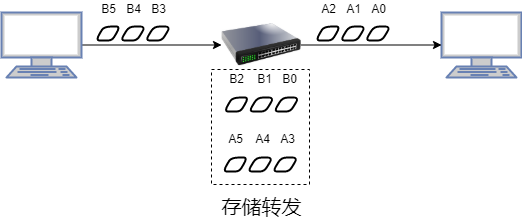
This is compute-networking/img/store-and-forward_packet_switching.png from an-die-freude/computer-network-note, a draw.io export, as it was before one commit. Source tidied: cells renumbered, new cells last; positions are measured from the earlier drawing's top-left corner, leaving out a move shared by most shapes. Its diagram source:
```xml
<mxGraphModel>
  <root>
    <mxCell id="0" />
    <mxCell id="1" parent="0" />
    <mxCell id="2" style="edgeStyle=orthogonalEdgeStyle;rounded=0;jettySize=auto;html=1;entryX=0;entryY=0.5;entryDx=0;entryDy=0;" parent="1" edge="1" source="3" target="6">
      <mxGeometry relative="1" as="geometry" />
    </mxCell>
    <mxCell id="3" style="fontColor=#0066CC;verticalAlign=top;verticalLabelPosition=bottom;labelPosition=center;align=center;html=1;outlineConnect=0;fillColor=#CCCCCC;strokeColor=#6881B3;gradientColor=none;gradientDirection=north;strokeWidth=2;shape=mxgraph.networks.terminal;" parent="1" vertex="1">
      <mxGeometry y="12" width="80" height="65" as="geometry" />
    </mxCell>
    <mxCell id="4" style="fontColor=#0066CC;verticalAlign=top;verticalLabelPosition=bottom;labelPosition=center;align=center;html=1;outlineConnect=0;fillColor=#CCCCCC;strokeColor=#6881B3;gradientColor=none;gradientDirection=north;strokeWidth=2;shape=mxgraph.networks.terminal;" parent="1" vertex="1">
      <mxGeometry x="440" y="12" width="80" height="65" as="geometry" />
    </mxCell>
    <mxCell id="5" style="edgeStyle=orthogonalEdgeStyle;rounded=0;jettySize=auto;html=1;" parent="1" edge="1" source="6" target="4">
      <mxGeometry relative="1" as="geometry" />
    </mxCell>
    <mxCell id="6" style="image;html=1;image=img/lib/clip_art/networking/Switch_128x128.png;" parent="1" vertex="1">
      <mxGeometry x="220" y="4.5" width="80" height="80" as="geometry" />
    </mxCell>
    <mxCell id="7" style="shape=parallelogram;html=1;strokeWidth=2;perimeter=parallelogramPerimeter;whiteSpace=wrap;rounded=1;arcSize=50;size=0.340001220703125;" parent="1" vertex="1">
      <mxGeometry x="94" y="26" width="25" height="14" as="geometry" />
    </mxCell>
    <mxCell id="8" style="shape=parallelogram;html=1;strokeWidth=2;perimeter=parallelogramPerimeter;whiteSpace=wrap;rounded=1;arcSize=12;size=0.340001220703125;" parent="1" vertex="1">
      <mxGeometry x="119" y="26" width="25" height="14" as="geometry" />
    </mxCell>
    <mxCell id="9" style="shape=parallelogram;html=1;strokeWidth=2;perimeter=parallelogramPerimeter;whiteSpace=wrap;rounded=1;arcSize=12;size=0.340001220703125;" parent="1" vertex="1">
      <mxGeometry x="144" y="26" width="25" height="14" as="geometry" />
    </mxCell>
    <mxCell id="10" value="B3" style="text;html=1;align=center;verticalAlign=middle;strokeColor=none;fillColor=none;" parent="1" vertex="1">
      <mxGeometry x="144" width="25" height="18" as="geometry" />
    </mxCell>
    <mxCell id="11" value="B4" style="text;html=1;align=center;verticalAlign=middle;strokeColor=none;fillColor=none;" parent="1" vertex="1">
      <mxGeometry x="119" width="25" height="18" as="geometry" />
    </mxCell>
    <mxCell id="12" value="B5" style="text;html=1;align=center;verticalAlign=middle;strokeColor=none;fillColor=none;" parent="1" vertex="1">
      <mxGeometry x="94" width="25" height="18" as="geometry" />
    </mxCell>
    <mxCell id="13" style="whiteSpace=wrap;html=1;dashed=1;fillColor=none;" parent="1" vertex="1">
      <mxGeometry x="210" y="69" width="98" height="115" as="geometry" />
    </mxCell>
    <mxCell id="14" style="shape=parallelogram;html=1;strokeWidth=2;perimeter=parallelogramPerimeter;whiteSpace=wrap;rounded=1;arcSize=50;size=0.340001220703125;" parent="1" vertex="1">
      <mxGeometry x="222.5" y="97" width="25" height="14" as="geometry" />
    </mxCell>
    <mxCell id="15" value="B1" style="text;html=1;align=center;verticalAlign=middle;strokeColor=none;fillColor=none;" parent="1" vertex="1">
      <mxGeometry x="250" y="70" width="25" height="18" as="geometry" />
    </mxCell>
    <mxCell id="16" style="shape=parallelogram;html=1;strokeWidth=2;perimeter=parallelogramPerimeter;whiteSpace=wrap;rounded=1;arcSize=12;size=0.340001220703125;" parent="1" vertex="1">
      <mxGeometry x="247.5" y="97" width="25" height="14" as="geometry" />
    </mxCell>
    <mxCell id="17" style="shape=parallelogram;html=1;strokeWidth=2;perimeter=parallelogramPerimeter;whiteSpace=wrap;rounded=1;arcSize=12;size=0.340001220703125;" parent="1" vertex="1">
      <mxGeometry x="272.5" y="97" width="25" height="14" as="geometry" />
    </mxCell>
    <mxCell id="18" value="B0" style="text;html=1;align=center;verticalAlign=middle;strokeColor=none;fillColor=none;" parent="1" vertex="1">
      <mxGeometry x="275" y="70" width="25" height="18" as="geometry" />
    </mxCell>
    <mxCell id="19" value="B2" style="text;html=1;align=center;verticalAlign=middle;strokeColor=none;fillColor=none;" parent="1" vertex="1">
      <mxGeometry x="222.5" y="70" width="25" height="18" as="geometry" />
    </mxCell>
    <mxCell id="20" style="shape=parallelogram;html=1;strokeWidth=2;perimeter=parallelogramPerimeter;whiteSpace=wrap;rounded=1;arcSize=50;size=0.340001220703125;" parent="1" vertex="1">
      <mxGeometry x="221.2" y="157" width="25" height="14" as="geometry" />
    </mxCell>
    <mxCell id="21" value="A4" style="text;html=1;align=center;verticalAlign=middle;strokeColor=none;fillColor=none;" parent="1" vertex="1">
      <mxGeometry x="248.8" y="130" width="25" height="18" as="geometry" />
    </mxCell>
    <mxCell id="22" style="shape=parallelogram;html=1;strokeWidth=2;perimeter=parallelogramPerimeter;whiteSpace=wrap;rounded=1;arcSize=12;size=0.340001220703125;" parent="1" vertex="1">
      <mxGeometry x="246.2" y="157" width="25" height="14" as="geometry" />
    </mxCell>
    <mxCell id="23" style="shape=parallelogram;html=1;strokeWidth=2;perimeter=parallelogramPerimeter;whiteSpace=wrap;rounded=1;arcSize=12;size=0.340001220703125;" parent="1" vertex="1">
      <mxGeometry x="271.2" y="157" width="25" height="14" as="geometry" />
    </mxCell>
    <mxCell id="24" value="A3" style="text;html=1;align=center;verticalAlign=middle;strokeColor=none;fillColor=none;" parent="1" vertex="1">
      <mxGeometry x="273.8" y="130" width="25" height="18" as="geometry" />
    </mxCell>
    <mxCell id="25" value="A5" style="text;html=1;align=center;verticalAlign=middle;strokeColor=none;fillColor=none;" parent="1" vertex="1">
      <mxGeometry x="221.2" y="130" width="25" height="18" as="geometry" />
    </mxCell>
    <mxCell id="26" style="shape=parallelogram;html=1;strokeWidth=2;perimeter=parallelogramPerimeter;whiteSpace=wrap;rounded=1;arcSize=50;size=0.340001220703125;" parent="1" vertex="1">
      <mxGeometry x="314" y="26" width="25" height="14" as="geometry" />
    </mxCell>
    <mxCell id="27" style="shape=parallelogram;html=1;strokeWidth=2;perimeter=parallelogramPerimeter;whiteSpace=wrap;rounded=1;arcSize=12;size=0.340001220703125;" parent="1" vertex="1">
      <mxGeometry x="339" y="26" width="25" height="14" as="geometry" />
    </mxCell>
    <mxCell id="28" style="shape=parallelogram;html=1;strokeWidth=2;perimeter=parallelogramPerimeter;whiteSpace=wrap;rounded=1;arcSize=12;size=0.340001220703125;" parent="1" vertex="1">
      <mxGeometry x="364" y="26" width="25" height="14" as="geometry" />
    </mxCell>
    <mxCell id="29" value="A0" style="text;html=1;align=center;verticalAlign=middle;strokeColor=none;fillColor=none;" parent="1" vertex="1">
      <mxGeometry x="364" width="25" height="18" as="geometry" />
    </mxCell>
    <mxCell id="30" value="A1" style="text;html=1;align=center;verticalAlign=middle;strokeColor=none;fillColor=none;" parent="1" vertex="1">
      <mxGeometry x="339" width="25" height="18" as="geometry" />
    </mxCell>
    <mxCell id="31" value="A2" style="text;html=1;align=center;verticalAlign=middle;strokeColor=none;fillColor=none;" parent="1" vertex="1">
      <mxGeometry x="314" width="25" height="18" as="geometry" />
    </mxCell>
    <mxCell id="32" value="&lt;font style=&quot;font-size: 20px&quot;&gt;存储转发&lt;/font&gt;" style="text;html=1;align=center;verticalAlign=middle;strokeColor=none;fillColor=none;" parent="1" vertex="1">
      <mxGeometry x="215" y="195" width="90" height="21" as="geometry" />
    </mxCell>
  </root>
</mxGraphModel>
```
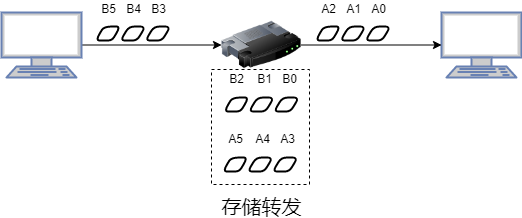
After the commit.

The edit, as a diff of the source:
```diff
@@ -2,8 +2,10 @@
   <root>
     <mxCell id="0" />
     <mxCell id="1" parent="0" />
-    <mxCell id="2" style="edgeStyle=orthogonalEdgeStyle;rounded=0;jettySize=auto;html=1;entryX=0;entryY=0.5;entryDx=0;entryDy=0;" parent="1" edge="1" source="3" target="6">
-      <mxGeometry relative="1" as="geometry" />
+    <mxCell id="2" style="edgeStyle=orthogonalEdgeStyle;rounded=0;jettySize=auto;html=1;entryX=0;entryY=0.5;entryDx=0;entryDy=0;" parent="1" edge="1" source="3">
+      <mxGeometry relative="1" as="geometry">
+        <mxPoint x="220" y="44.5" as="targetPoint" />
+      </mxGeometry>
     </mxCell>
     <mxCell id="3" style="fontColor=#0066CC;verticalAlign=top;verticalLabelPosition=bottom;labelPosition=center;align=center;html=1;outlineConnect=0;fillColor=#CCCCCC;strokeColor=#6881B3;gradientColor=none;gradientDirection=north;strokeWidth=2;shape=mxgraph.networks.terminal;" parent="1" vertex="1">
       <mxGeometry y="12" width="80" height="65" as="geometry" />
@@ -11,12 +13,11 @@
     <mxCell id="4" style="fontColor=#0066CC;verticalAlign=top;verticalLabelPosition=bottom;labelPosition=center;align=center;html=1;outlineConnect=0;fillColor=#CCCCCC;strokeColor=#6881B3;gradientColor=none;gradientDirection=north;strokeWidth=2;shape=mxgraph.networks.terminal;" parent="1" vertex="1">
       <mxGeometry x="440" y="12" width="80" height="65" as="geometry" />
     </mxCell>
-    <mxCell id="5" style="edgeStyle=orthogonalEdgeStyle;rounded=0;jettySize=auto;html=1;" parent="1" edge="1" source="6" target="4">
-      <mxGeometry relative="1" as="geometry" />
+    <mxCell id="5" style="edgeStyle=orthogonalEdgeStyle;rounded=0;jettySize=auto;html=1;" parent="1" edge="1" target="4">
+      <mxGeometry relative="1" as="geometry">
+        <mxPoint x="300" y="44.5" as="sourcePoint" />
+      </mxGeometry>
     </mxCell>
-    <mxCell id="6" style="image;html=1;image=img/lib/clip_art/networking/Switch_128x128.png;" parent="1" vertex="1">
-      <mxGeometry x="220" y="4.5" width="80" height="80" as="geometry" />
-    </mxCell>
     <mxCell id="7" style="shape=parallelogram;html=1;strokeWidth=2;perimeter=parallelogramPerimeter;whiteSpace=wrap;rounded=1;arcSize=50;size=0.340001220703125;" parent="1" vertex="1">
       <mxGeometry x="94" y="26" width="25" height="14" as="geometry" />
     </mxCell>
@@ -95,5 +96,8 @@
     <mxCell id="32" value="&lt;font style=&quot;font-size: 20px&quot;&gt;存储转发&lt;/font&gt;" style="text;html=1;align=center;verticalAlign=middle;strokeColor=none;fillColor=none;" parent="1" vertex="1">
       <mxGeometry x="215" y="195" width="90" height="21" as="geometry" />
     </mxCell>
+    <mxCell id="33" style="image;html=1;image=img/lib/clip_art/networking/Router_128x128.png;" parent="1" vertex="1">
+      <mxGeometry x="220" y="4.5" width="80" height="80" as="geometry" />
+    </mxCell>
   </root>
 </mxGraphModel>
```
